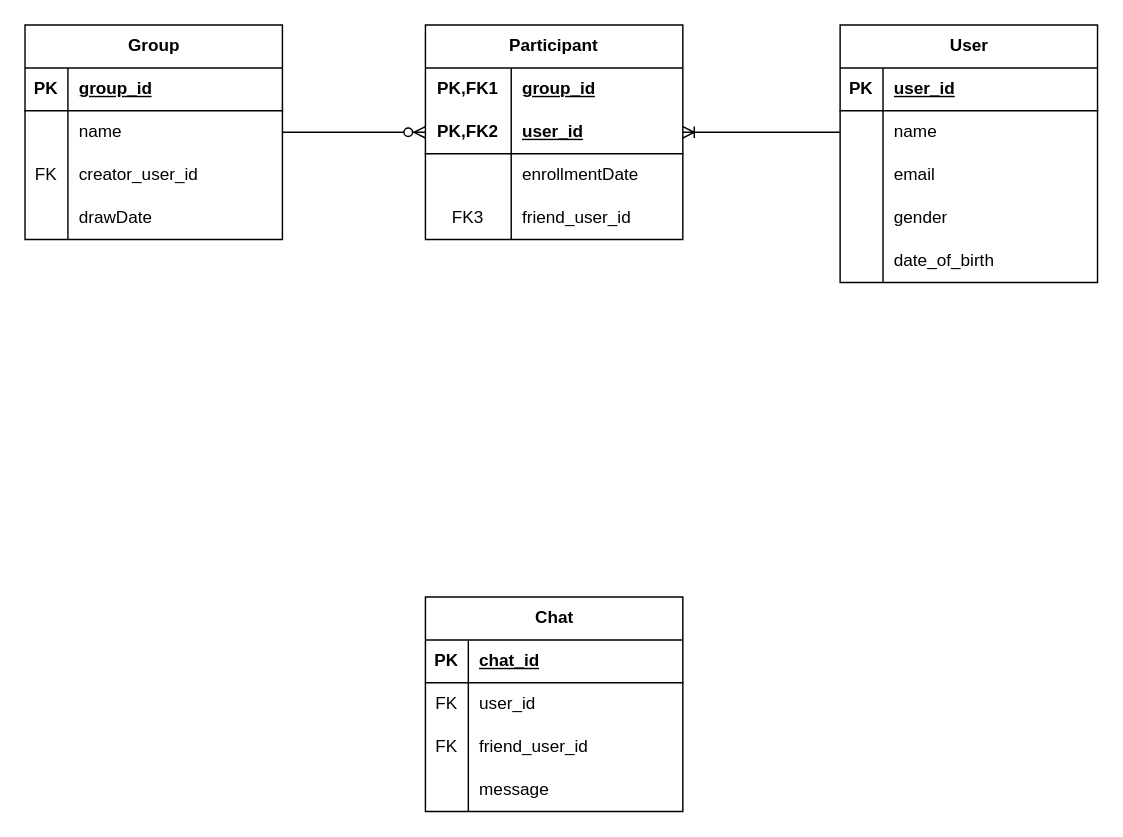
Earlier version of the draw.io diagram docs/er-diagram.drawio (akctba/secret-santa-go-api). Source tidied: cells renumbered, new cells numbered last; positions are measured from the earlier drawing's top-left corner, leaving out a move shared by most shapes. Both pictures are drawn from the tidied source at 143%, with x=0, y=0 at pixel (24, 24).
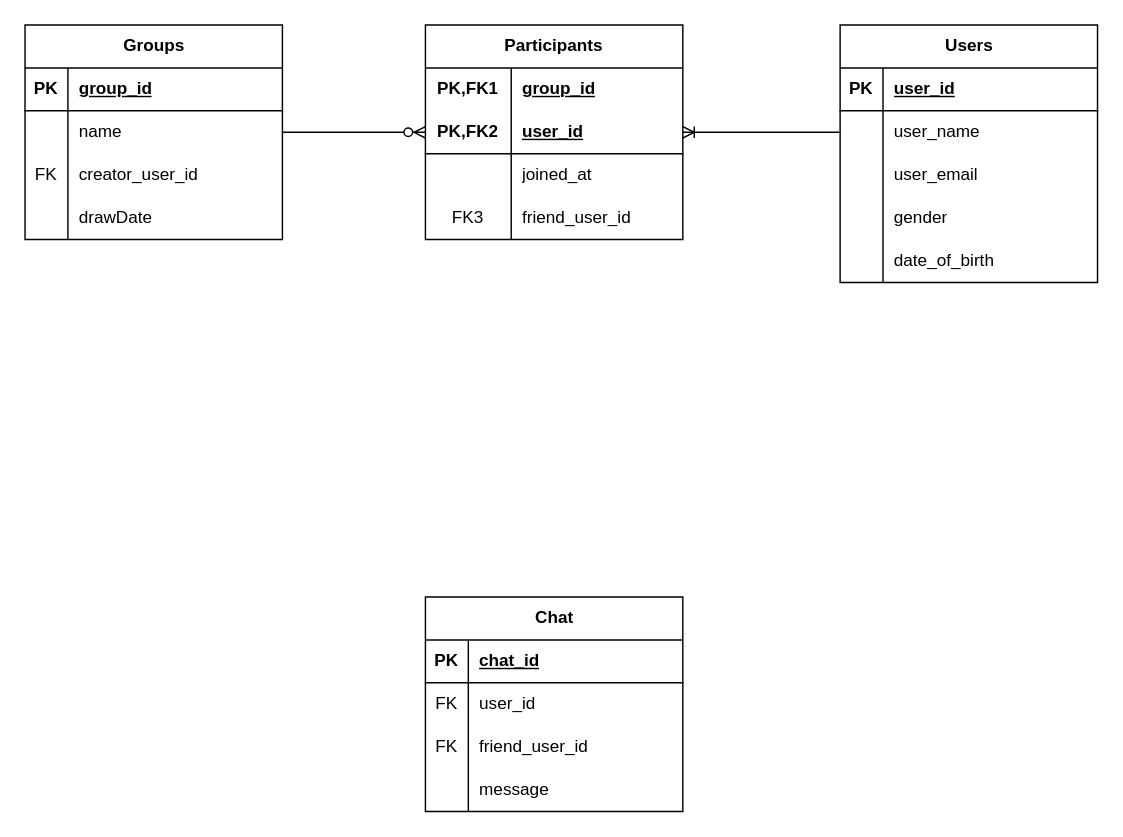
The same diagram, later.

Unchanged cells that the change refers to:
```xml
<mxCell id="20" style="shape=tableRow;horizontal=0;startSize=0;swimlaneHead=0;swimlaneBody=0;fillColor=none;points=[[0,0.5],[1,0.5]];portConstraint=eastwest;top=0;left=0;right=0;bottom=0;" parent="16" vertex="1">
  <mxGeometry y="60" width="180" height="30" as="geometry" />
</mxCell>
<mxCell id="23" style="shape=tableRow;horizontal=0;startSize=0;swimlaneHead=0;swimlaneBody=0;fillColor=none;top=0;left=0;right=0;bottom=0;" parent="16" vertex="1">
  <mxGeometry y="90" width="180" height="30" as="geometry" />
</mxCell>
<mxCell id="39" style="shape=tableRow;horizontal=0;startSize=0;swimlaneHead=0;swimlaneBody=0;fillColor=none;top=0;left=0;right=0;bottom=0;html=1;" parent="32" vertex="1">
  <mxGeometry y="90" width="180" height="30" as="geometry" />
</mxCell>
```

Change to the diagram source:
```diff
@@
-    <mxCell id="2" value="Group" style="shape=table;startSize=30;childLayout=tableLayout;rowLines=0;fontStyle=1;align=center;html=1;" parent="1" vertex="1">
+    <mxCell id="2" value="Groups" style="shape=table;startSize=30;childLayout=tableLayout;rowLines=0;fontStyle=1;align=center;html=1;" parent="1" vertex="1">
       <mxGeometry width="180" height="150" as="geometry" />
     </mxCell>
@@
-    <mxCell id="16" value="User" style="shape=table;startSize=30;childLayout=tableLayout;rowLines=0;fontStyle=1;align=center;html=1;" parent="1" vertex="1">
+    <mxCell id="16" value="Users" style="shape=table;startSize=30;childLayout=tableLayout;rowLines=0;fontStyle=1;align=center;html=1;" parent="1" vertex="1">
       <mxGeometry x="570" width="180" height="180" as="geometry" />
     </mxCell>
@@
-    <mxCell id="22" value="name" style="shape=partialRectangle;fillColor=none;top=0;left=0;bottom=0;right=0;align=left;spacingLeft=6;overflow=hidden;whiteSpace=wrap;html=1;" parent="20" vertex="1">
+    <mxCell id="22" value="user_name" style="shape=partialRectangle;fillColor=none;top=0;left=0;bottom=0;right=0;align=left;spacingLeft=6;overflow=hidden;whiteSpace=wrap;html=1;" parent="20" vertex="1">
       <mxGeometry x="30" width="150" height="30" as="geometry" />
     </mxCell>
@@
-    <mxCell id="25" value="email" style="shape=partialRectangle;fillColor=none;top=0;left=0;bottom=0;right=0;align=left;spacingLeft=6;overflow=hidden;whiteSpace=wrap;html=1;" parent="23" vertex="1">
+    <mxCell id="25" value="user_email" style="shape=partialRectangle;fillColor=none;top=0;left=0;bottom=0;right=0;align=left;spacingLeft=6;overflow=hidden;whiteSpace=wrap;html=1;" parent="23" vertex="1">
       <mxGeometry x="30" width="150" height="30" as="geometry" />
     </mxCell>
@@
-    <mxCell id="32" value="Participant" style="shape=table;startSize=30;childLayout=tableLayout;rowLines=0;fontStyle=1;align=center;html=1;whiteSpace=wrap;" parent="1" vertex="1">
+    <mxCell id="32" value="Participants" style="shape=table;startSize=30;childLayout=tableLayout;rowLines=0;fontStyle=1;align=center;html=1;whiteSpace=wrap;" parent="1" vertex="1">
       <mxGeometry x="280" width="180" height="150" as="geometry" />
     </mxCell>
@@
-    <mxCell id="41" value="enrollmentDate" style="shape=partialRectangle;fillColor=none;top=0;left=0;bottom=0;right=0;align=left;spacingLeft=6;overflow=hidden;html=1;whiteSpace=wrap;" parent="39" vertex="1">
+    <mxCell id="41" value="joined_at" style="shape=partialRectangle;fillColor=none;top=0;left=0;bottom=0;right=0;align=left;spacingLeft=6;overflow=hidden;html=1;whiteSpace=wrap;" parent="39" vertex="1">
       <mxGeometry x="60" width="120" height="30" as="geometry" />
     </mxCell>
```
